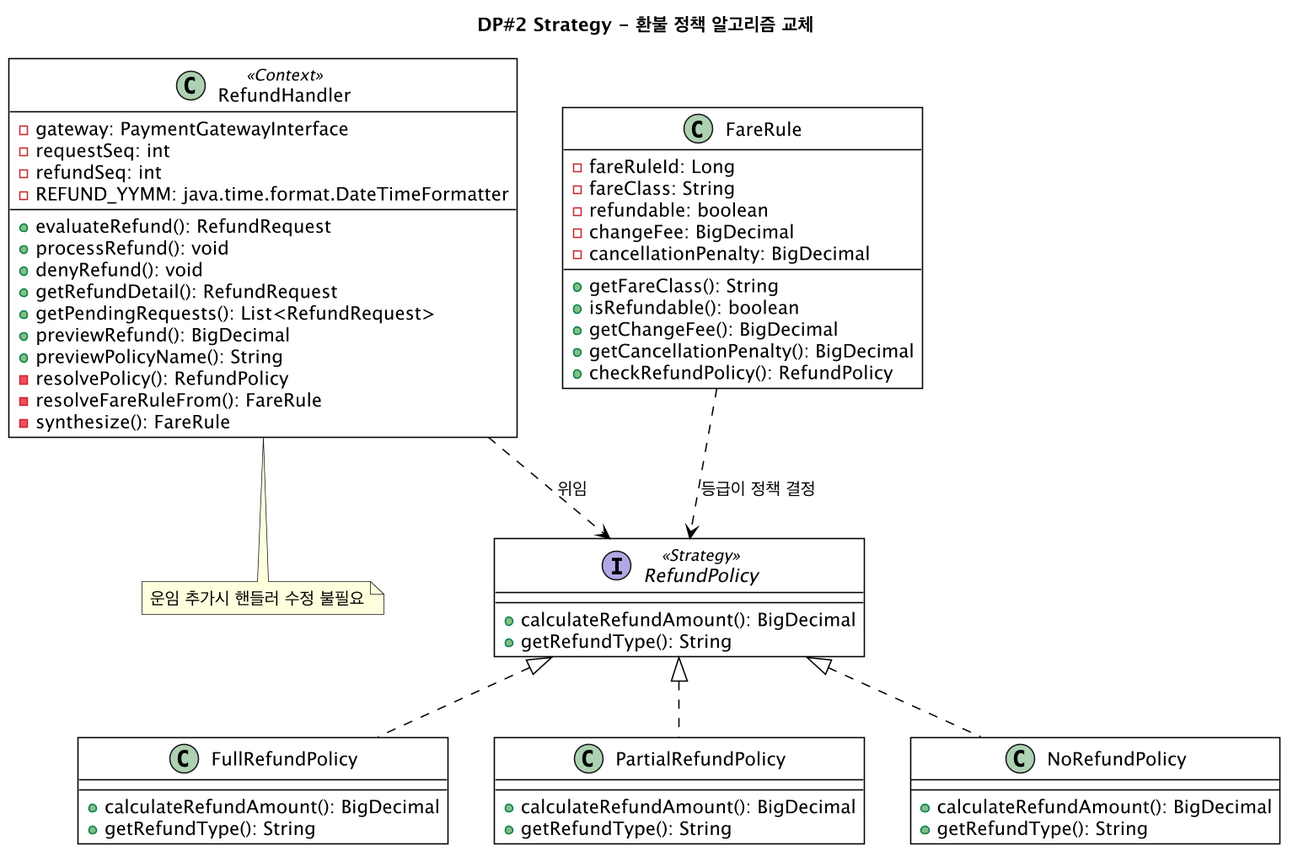
Before: docs/diagrams/iter4-puml/dp2-strategy.png, a diagram exported from PlantUML (gimjungwook/KoreanAirReservationDomain).
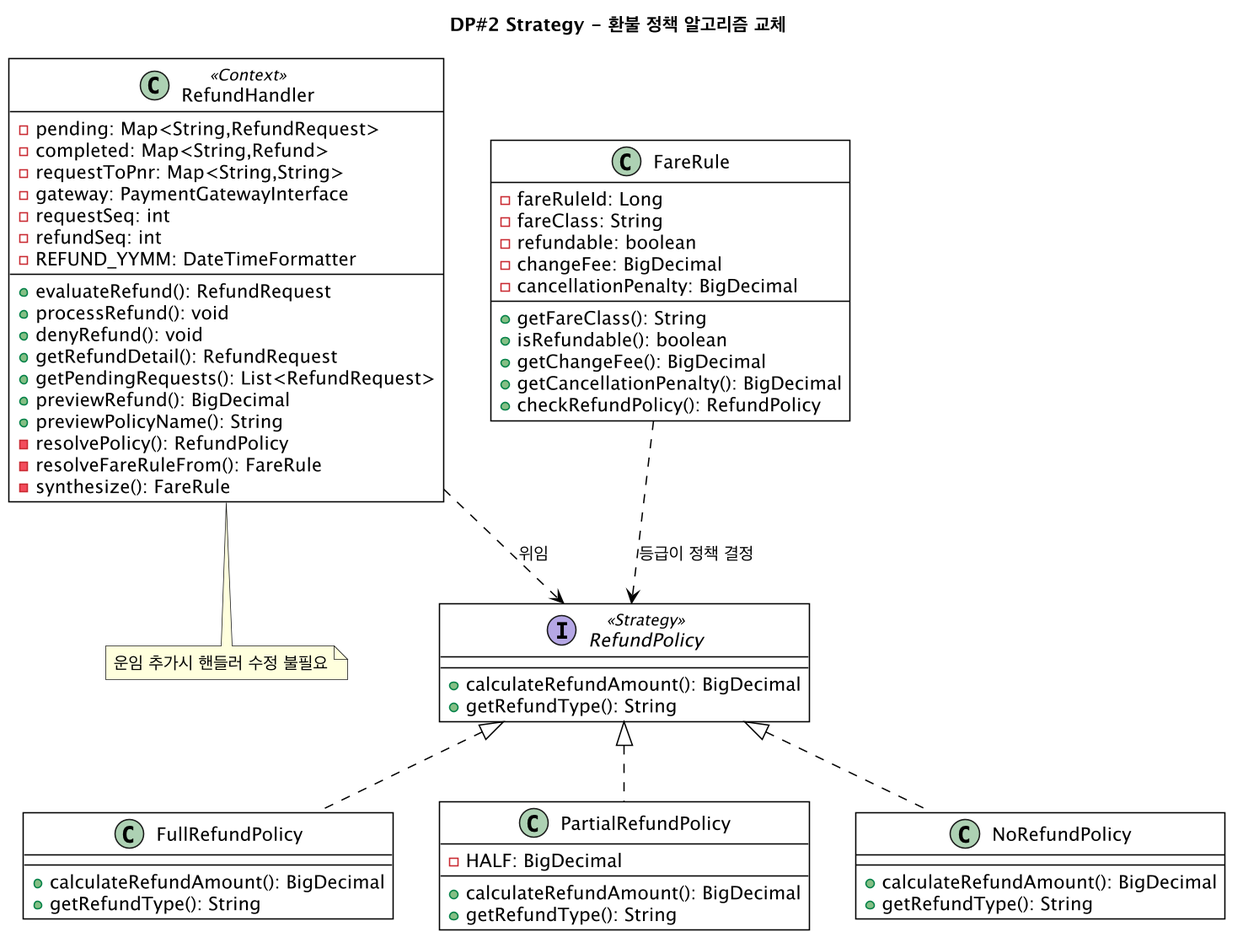
Above is the later version.

The edit, as a diff of the source:
```diff
@@ -10,6 +10,8 @@
   +getRefundType(): String
 }
 class PartialRefundPolicy {
+  -HALF: BigDecimal
+  --
   +calculateRefundAmount(): BigDecimal
   +getRefundType(): String
 }
@@ -18,10 +20,13 @@
   +getRefundType(): String
 }
 class RefundHandler <<Context>> {
+  -pending: Map<String,RefundRequest>
+  -completed: Map<String,Refund>
+  -requestToPnr: Map<String,String>
   -gateway: PaymentGatewayInterface
   -requestSeq: int
   -refundSeq: int
-  -REFUND_YYMM: java.time.format.DateTimeFormatter
+  -REFUND_YYMM: DateTimeFormatter
   --
   +evaluateRefund(): RefundRequest
   +processRefund(): void
```
